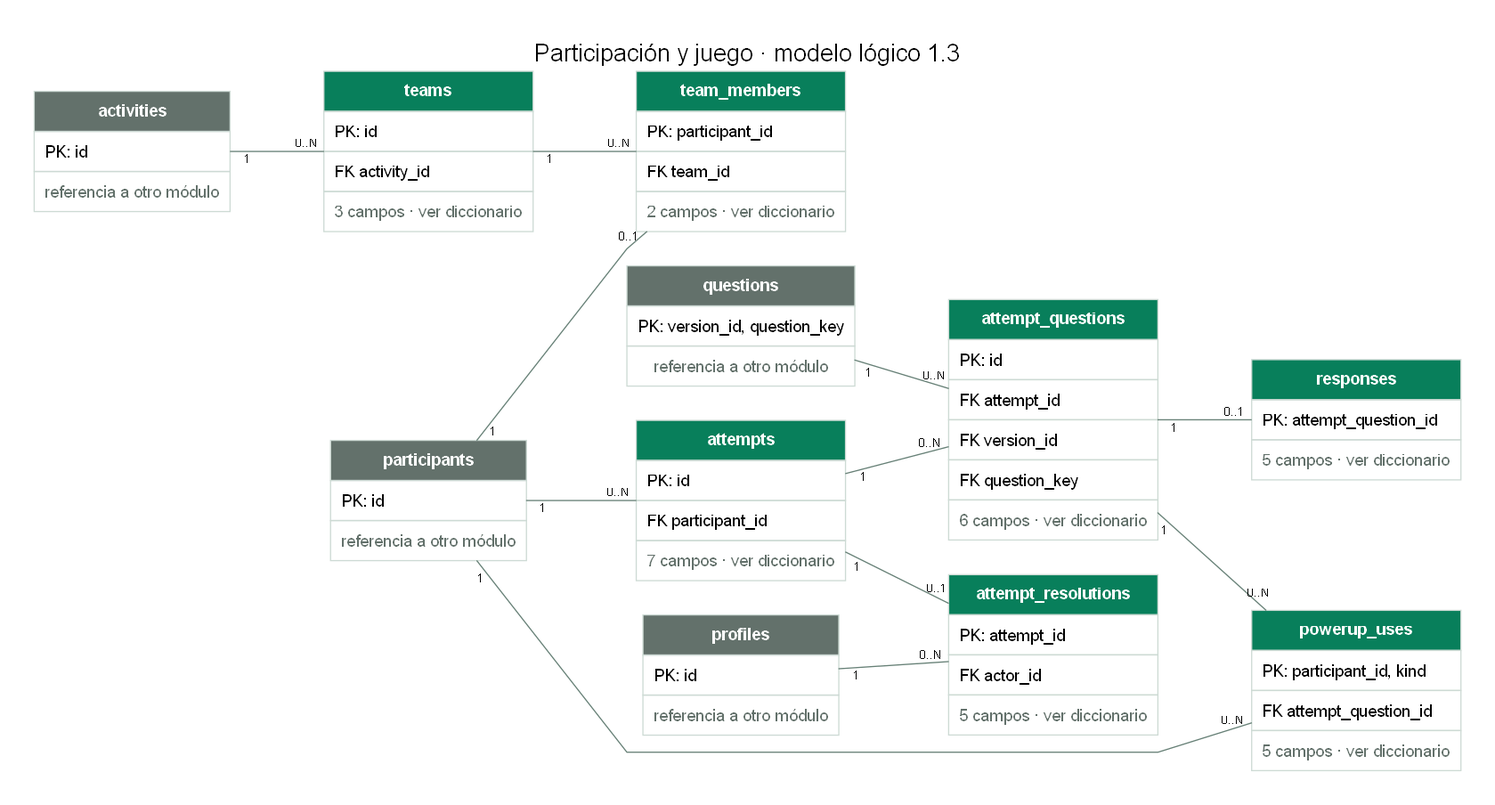
CubeFreaKLab/aulify keeps this Graphviz diagram as docs/modelado/diagramas/04-participacion.png. Above is the earlier version. Its source is kept beside it as docs/modelado/diagramas/04-participacion.dot.
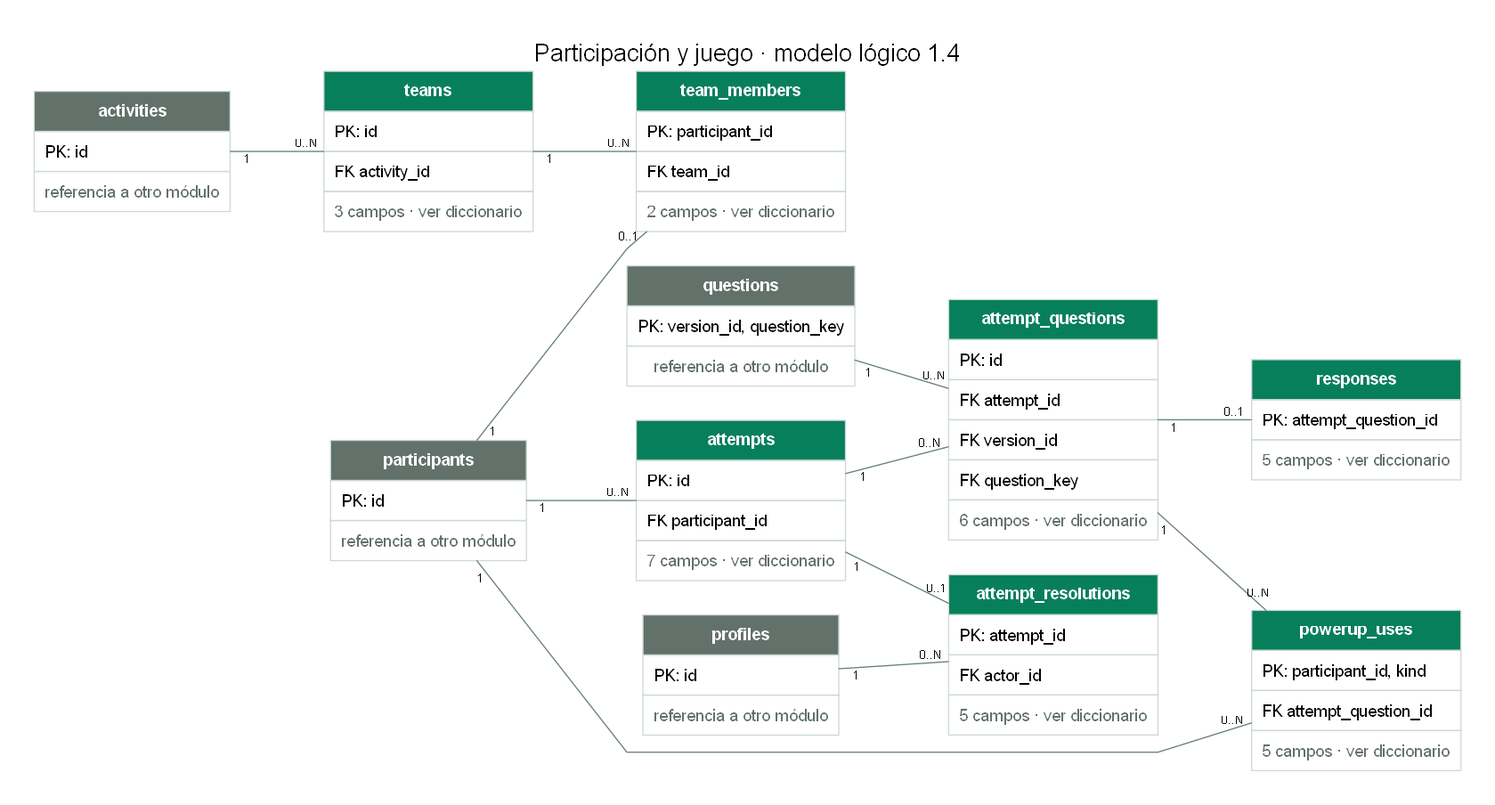
After the change.

The edit, as a diff of the source:
```diff
@@ -1,5 +1,5 @@
 digraph modelo {
-graph [rankdir=LR, bgcolor="#ffffff", pad=0.4, nodesep=0.4, ranksep=1.1, splines=polyline, fontname="Arial", fontsize=20, labelloc=t, label="Participación y juego · modelo lógico 1.3"];
+graph [rankdir=LR, bgcolor="#ffffff", pad=0.4, nodesep=0.4, ranksep=1.1, splines=polyline, fontname="Arial", fontsize=20, labelloc=t, label="Participación y juego · modelo lógico 1.4"];
 node [shape=plain, fontname="Arial"];
 edge [fontname="Arial", fontsize=10, color="#668076", arrowsize=0.6];
 "activities" [label=<<TABLE BORDER="0" CELLBORDER="1" CELLSPACING="0" CELLPADDING="8" COLOR="#CDDAD4"><TR><TD BGCOLOR="#63716B"><FONT COLOR="white"><B>activities</B></FONT></TD></TR><TR><TD ALIGN="LEFT">PK: id</TD></TR><TR><TD><FONT COLOR="#63716B">referencia a otro módulo</FONT></TD></TR></TABLE>>];
```
